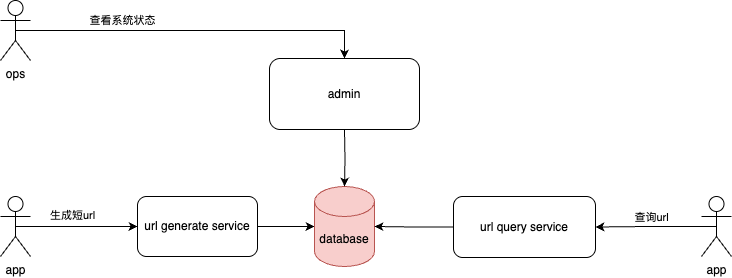
The draw.io diagram pictures/short_url.drawio.png in alikWu/system-design, before a commit. Source tidied: cells renumbered, new cells last; positions are measured from the earlier drawing's top-left corner, leaving out a move shared by most shapes.
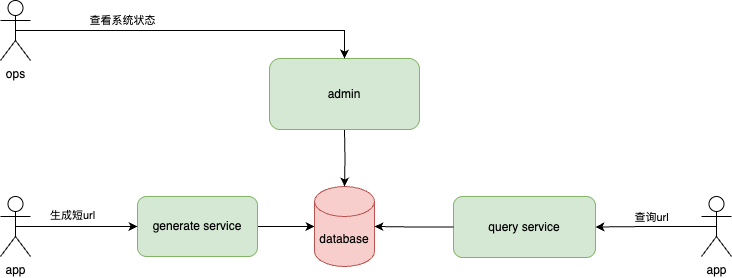
Later version of the same file.

Commit message:
fix: update short_url picture

Diff of the diagram source:
```diff
@@ -5,13 +5,13 @@
     <mxCell id="2" style="edgeStyle=orthogonalEdgeStyle;rounded=0;jettySize=auto;html=1;exitX=1;exitY=0.5;exitDx=0;exitDy=0;" parent="1" edge="1" source="3" target="4">
       <mxGeometry relative="1" as="geometry" />
     </mxCell>
-    <mxCell id="3" value="url generate service" style="rounded=1;whiteSpace=wrap;html=1;" parent="1" vertex="1">
+    <mxCell id="3" value="generate service" style="rounded=1;whiteSpace=wrap;html=1;fillColor=#d5e8d4;strokeColor=#82b366;" parent="1" vertex="1">
       <mxGeometry x="137" y="196" width="120" height="60" as="geometry" />
     </mxCell>
     <mxCell id="4" value="database" style="shape=cylinder3;whiteSpace=wrap;html=1;boundedLbl=1;backgroundOutline=1;size=15;fillColor=#f8cecc;strokeColor=#b85450;" parent="1" vertex="1">
       <mxGeometry x="314" y="186" width="60" height="80" as="geometry" />
     </mxCell>
-    <mxCell id="5" value="url query service" style="rounded=1;whiteSpace=wrap;html=1;" parent="1" vertex="1">
+    <mxCell id="5" value="query service" style="rounded=1;whiteSpace=wrap;html=1;fillColor=#d5e8d4;strokeColor=#82b366;" parent="1" vertex="1">
       <mxGeometry x="453" y="196" width="142" height="61" as="geometry" />
     </mxCell>
     <mxCell id="6" style="edgeStyle=orthogonalEdgeStyle;rounded=0;jettySize=auto;html=1;exitX=0.5;exitY=1;exitDx=0;exitDy=0;entryX=0.5;entryY=0;entryDx=0;entryDy=0;entryPerimeter=0;" parent="1" edge="1" target="4">
@@ -27,7 +27,7 @@
         <mxPoint x="242" y="-8" as="offset" />
       </mxGeometry>
     </mxCell>
-    <mxCell id="9" value="admin" style="rounded=1;whiteSpace=wrap;html=1;" parent="1" vertex="1">
+    <mxCell id="9" value="admin" style="rounded=1;whiteSpace=wrap;html=1;fillColor=#d5e8d4;strokeColor=#82b366;" parent="1" vertex="1">
       <mxGeometry x="269" y="58" width="150" height="71" as="geometry" />
     </mxCell>
     <mxCell id="10" style="edgeStyle=orthogonalEdgeStyle;rounded=0;jettySize=auto;html=1;exitX=0.5;exitY=0.5;exitDx=0;exitDy=0;exitPerimeter=0;entryX=0;entryY=0.5;entryDx=0;entryDy=0;" parent="1" edge="1" source="12" target="3">
```
